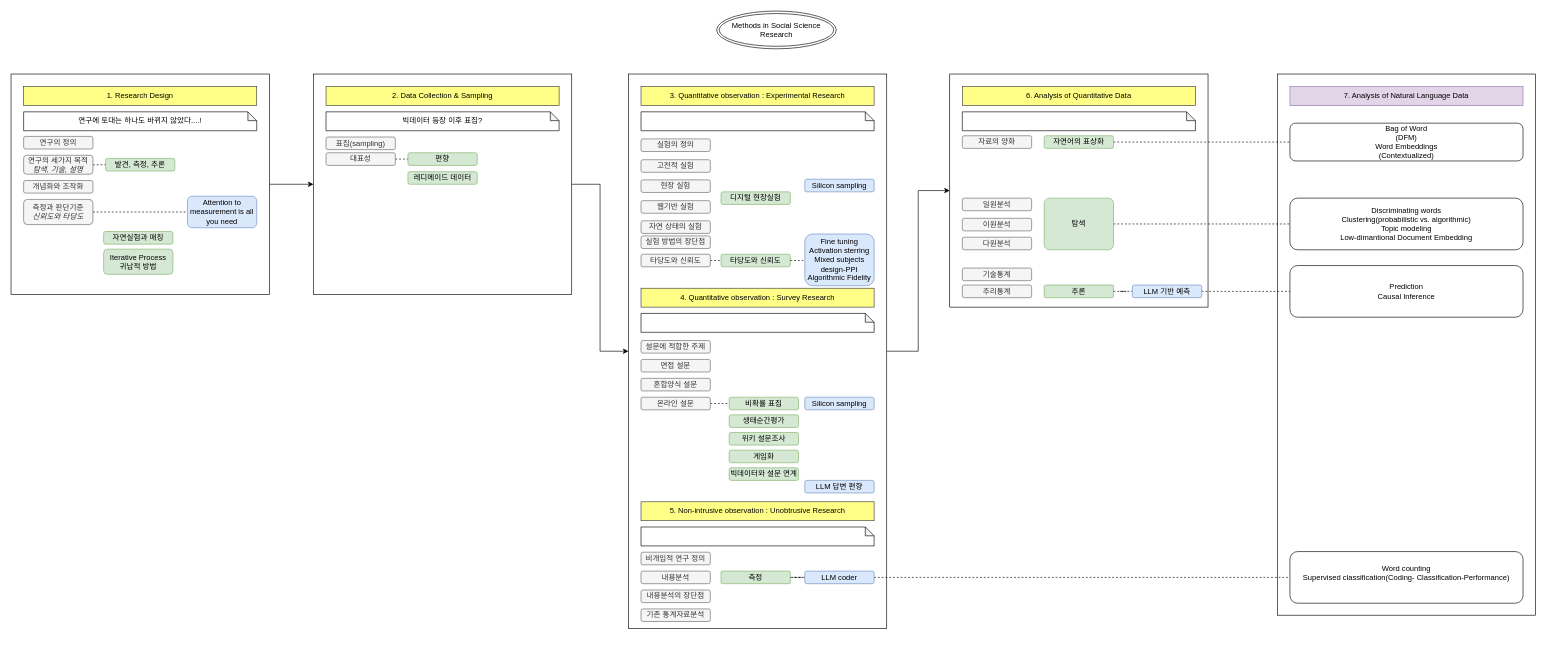
Earlier version of the draw.io diagram method.drawio (myokyunghan/drawio_for_qual). Source tidied: cells renumbered, new cells numbered last; positions are measured from the earlier drawing's top-left corner, leaving out a move shared by most shapes. Both pictures are drawn from the tidied source at 63%, with x=0, y=0 at pixel (11, 11).
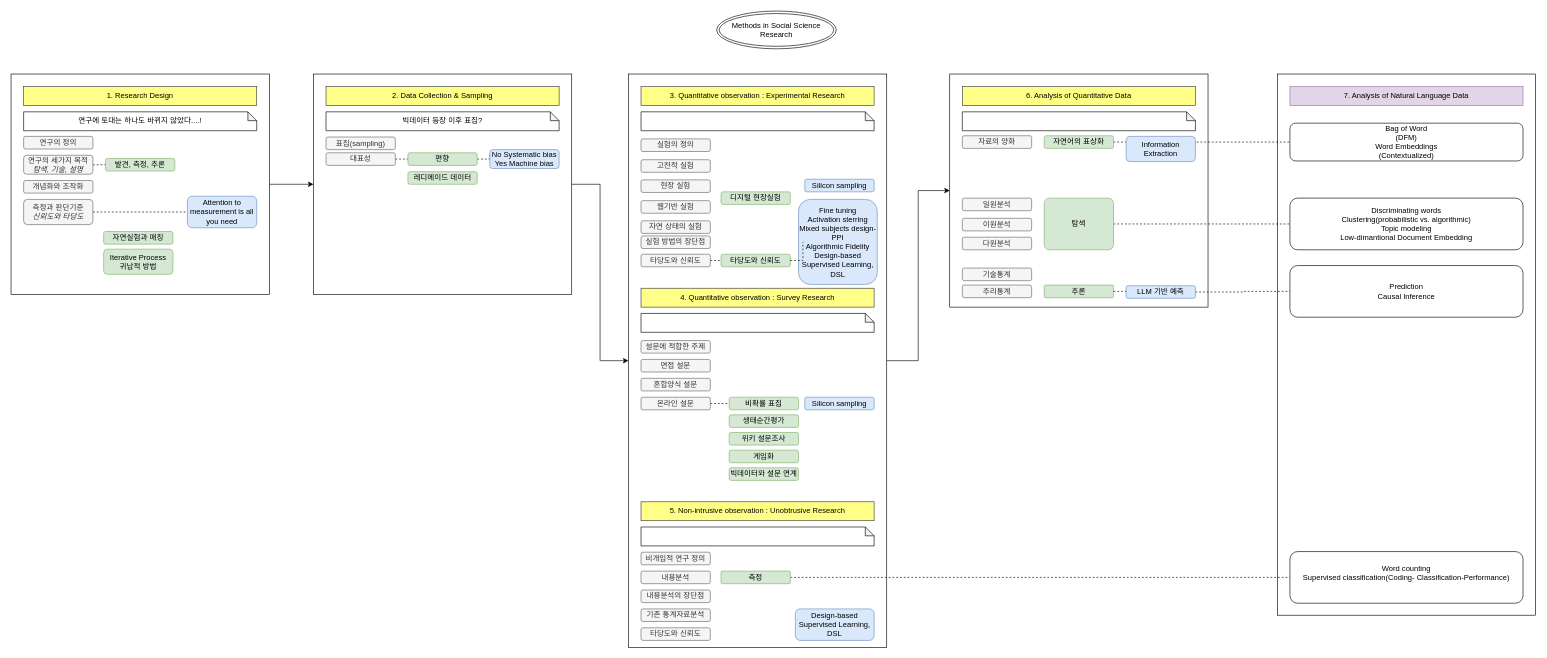
The same diagram, later.

Unchanged cells that the change refers to:
```xml
<mxCell id="33" value="편향" style="rounded=1;whiteSpace=wrap;html=1;roundedPerimeter=1;fillColor=#d5e8d4;strokeColor=#82b366;" parent="1" vertex="1">
  <mxGeometry x="630" y="225" width="110" height="20" as="geometry" />
</mxCell>
<mxCell id="76" value="측정" style="rounded=1;whiteSpace=wrap;html=1;roundedPerimeter=1;fillColor=#d5e8d4;strokeColor=#82b366;arcSize=10;" parent="1" vertex="1">
  <mxGeometry x="1127" y="889" width="110" height="20" as="geometry" />
</mxCell>
<mxCell id="77" value="Word counting&lt;div&gt;Supervised classification(Coding- Classification-Performance)&lt;/div&gt;&lt;div&gt;&lt;br&gt;&lt;/div&gt;" style="rounded=1;whiteSpace=wrap;html=1;roundedPerimeter=1;" parent="1" vertex="1">
  <mxGeometry x="2030" y="858" width="370" height="82" as="geometry" />
</mxCell>
```

The edit, as a diff of the source:
```diff
@@
     <mxCell id="5" style="rounded=0;whiteSpace=wrap;html=1;" parent="1" vertex="1">
-      <mxGeometry x="980" y="100" width="410" height="880" as="geometry" />
+      <mxGeometry x="980" y="100" width="410" height="910" as="geometry" />
     </mxCell>
@@
+    <mxCell id="90" style="edgeStyle=orthogonalEdgeStyle;rounded=0;jettySize=auto;html=1;exitX=1;exitY=0.5;exitDx=0;exitDy=0;entryX=0;entryY=0.25;entryDx=0;entryDy=0;defaultLabelBackgroundColor=page;labelPadding=0 4;endArrow=none;endFill=0;dashed=1;" parent="1" edge="1" source="33" target="87">
+      <mxGeometry x="0.02" relative="1" as="geometry" />
+    </mxCell>
@@
-    <mxCell id="75" style="edgeStyle=orthogonalEdgeStyle;rounded=0;jettySize=auto;html=1;entryX=0;entryY=0.5;entryDx=0;entryDy=0;defaultLabelBackgroundColor=page;labelPadding=0 4;endArrow=none;endFill=0;dashed=1;" parent="1" edge="1" source="89" target="77">
+    <mxCell id="75" style="edgeStyle=orthogonalEdgeStyle;rounded=0;jettySize=auto;html=1;entryX=0;entryY=0.5;entryDx=0;entryDy=0;defaultLabelBackgroundColor=page;labelPadding=0 4;endArrow=none;endFill=0;dashed=1;exitX=1;exitY=0.5;exitDx=0;exitDy=0;" parent="1" edge="1" source="76" target="77">
       <mxGeometry relative="1" as="geometry" />
     </mxCell>
@@
     <mxCell id="84" value="LLM 기반 예측" style="rounded=1;whiteSpace=wrap;html=1;roundedPerimeter=1;fillColor=#dae8fc;strokeColor=#6c8ebf;" parent="1" vertex="1">
-      <mxGeometry x="1780" y="435" width="110" height="20" as="geometry" />
+      <mxGeometry x="1770" y="436" width="110" height="20" as="geometry" />
     </mxCell>
-    <mxCell id="85" value="&lt;div&gt;Fine tuning&lt;/div&gt;&lt;div&gt;Activation sterring&lt;/div&gt;Mixed subjects design-PPI&lt;div&gt;Algorithmic Fidelity&lt;/div&gt;" style="rounded=1;whiteSpace=wrap;html=1;roundedPerimeter=1;fillColor=#dae8fc;strokeColor=#6c8ebf;" parent="1" vertex="1">
-      <mxGeometry x="1260" y="354" width="110" height="82" as="geometry" />
+    <mxCell id="85" value="&lt;div&gt;Fine tuning&lt;/div&gt;&lt;div&gt;Activation sterring&lt;/div&gt;Mixed subjects design-PPI&lt;div&gt;Algorithmic Fidelity&lt;/div&gt;&lt;div&gt;Design-based Supervised Learning, DSL&lt;/div&gt;" style="rounded=1;whiteSpace=wrap;html=1;roundedPerimeter=1;fillColor=#dae8fc;strokeColor=#6c8ebf;" parent="1" vertex="1">
+      <mxGeometry x="1250" y="299" width="125" height="135" as="geometry" />
     </mxCell>
@@
-    <mxCell id="87" value="LLM 답변 편향" style="rounded=1;whiteSpace=wrap;html=1;roundedPerimeter=1;fillColor=#dae8fc;strokeColor=#6c8ebf;" parent="1" vertex="1">
-      <mxGeometry x="1260" y="745" width="110" height="20" as="geometry" />
+    <mxCell id="87" value="No Systematic bias&lt;div&gt;Yes Machine bias&lt;/div&gt;" style="rounded=1;whiteSpace=wrap;html=1;roundedPerimeter=1;fillColor=#dae8fc;strokeColor=#6c8ebf;" parent="1" vertex="1">
+      <mxGeometry x="760" y="220" width="110" height="30" as="geometry" />
     </mxCell>
-    <mxCell id="88" style="edgeStyle=orthogonalEdgeStyle;rounded=0;jettySize=auto;html=1;exitX=1;exitY=0.5;exitDx=0;exitDy=0;defaultLabelBackgroundColor=page;labelPadding=0 4;endArrow=none;endFill=0;dashed=1;" parent="1" edge="1" source="76" target="89">
-      <mxGeometry relative="1" as="geometry" />
-    </mxCell>
-    <mxCell id="89" value="LLM coder" style="rounded=1;whiteSpace=wrap;html=1;roundedPerimeter=1;fillColor=#dae8fc;strokeColor=#6c8ebf;" parent="1" vertex="1">
-      <mxGeometry x="1260" y="889" width="110" height="20" as="geometry" />
+    <mxCell id="89" value="Information Extraction" style="rounded=1;whiteSpace=wrap;html=1;roundedPerimeter=1;fillColor=#dae8fc;strokeColor=#6c8ebf;" parent="1" vertex="1">
+      <mxGeometry x="1770" y="199" width="110" height="40" as="geometry" />
     </mxCell>
+    <mxCell id="91" value="타당도와 신뢰도" style="rounded=1;whiteSpace=wrap;html=1;roundedPerimeter=1;fillColor=#f5f5f5;fontColor=#333333;strokeColor=#666666;" parent="1" vertex="1">
+      <mxGeometry x="1000" y="979" width="110" height="20" as="geometry" />
+    </mxCell>
+    <mxCell id="92" value="&lt;div&gt;&lt;span style=&quot;background-color: transparent; color: light-dark(#000000, var(--ge-light-color, #ffffff));&quot;&gt;Design-based Supervised Learning, DSL&lt;/span&gt;&lt;/div&gt;" style="rounded=1;whiteSpace=wrap;html=1;roundedPerimeter=1;fillColor=#dae8fc;strokeColor=#6c8ebf;" parent="1" vertex="1">
+      <mxGeometry x="1245" y="949" width="125" height="50" as="geometry" />
+    </mxCell>
```
